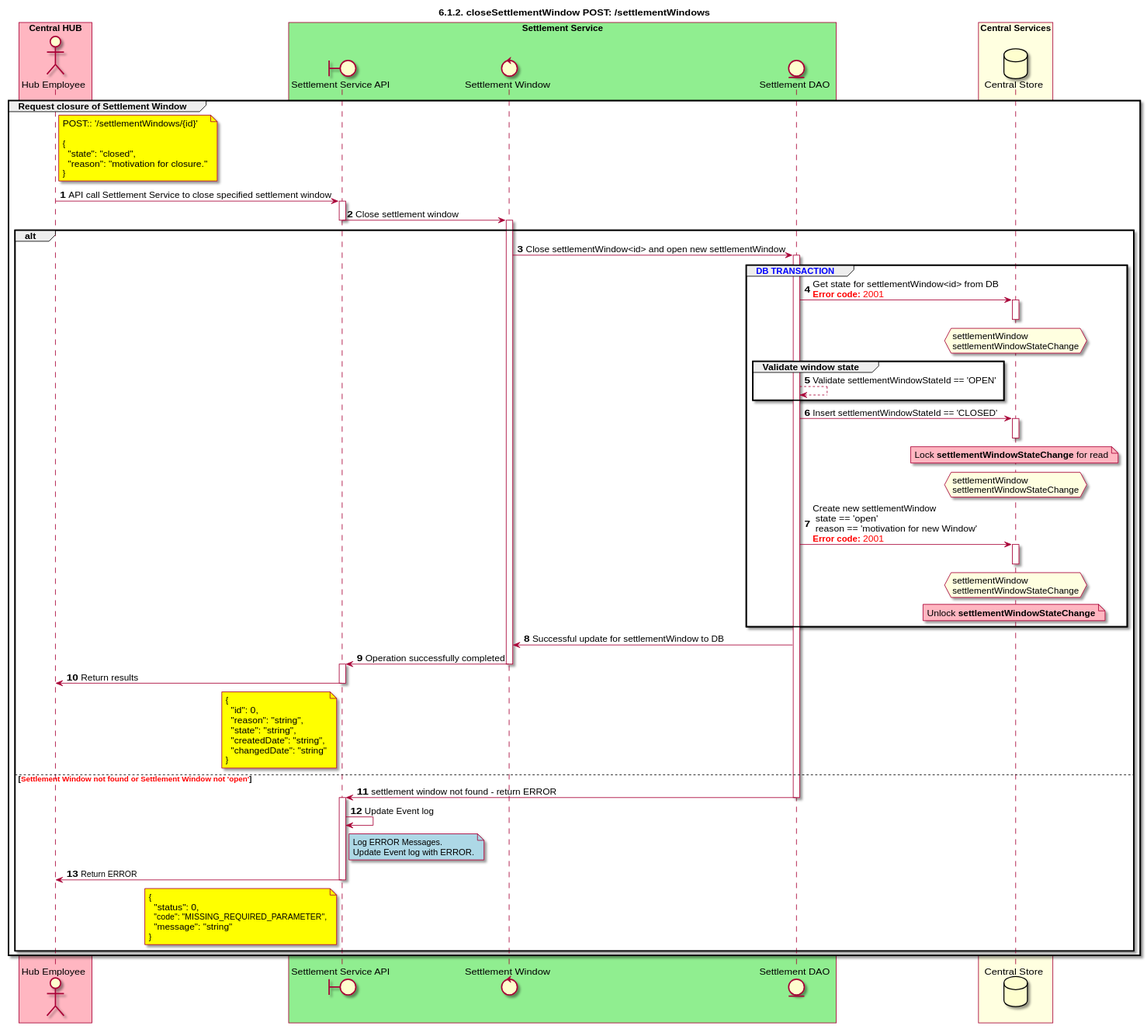
The PlantUML diagram CentralServices/seq_diagrams/seq-settleWindow-6.2.1.svg in HenkKodde/docs, before a commit. Source of this version:
```plantuml
@startuml
title 6.1.2. closeSettlementWindow POST: /settlementWindows

autonumber



actor "Hub Employee" as OPERATOR

boundary "Settlement Service API" as SSAPI
control "Settlement Window" as SETTLEWINDOW
entity "Settlement DAO" as SETTLE_DAO

database "Central Store" as DB

box "Central HUB" #LightPink
    participant OPERATOR
end box

box "Settlement Service" #LightGreen
    participant SSAPI
    participant SETTLEWINDOW
    participant SETTLE_DAO
end box

box "Central Services" #LightYellow
    participant DB
end box


group Request closure of Settlement Window
    note right of OPERATOR #Yellow
        POST:: '/settlementWindows/{id}'

        {
          "state": "closed",
          "reason": "motivation for closure."
        }
    end note
    OPERATOR -> SSAPI: API call Settlement Service to close specified settlement window
    activate SSAPI
    SSAPI -> SETTLEWINDOW: Close settlement window
    deactivate SSAPI
    activate SETTLEWINDOW
    alt
        SETTLEWINDOW -> SETTLE_DAO: Close settlementWindow<id> and open new settlementWindow
        activate SETTLE_DAO
        group <color #blue>DB TRANSACTION</color>
            SETTLE_DAO -> DB: Get state for settlementWindow<id> from DB \n<color #FF0000><b>Error code:</b> 2001</color>
            activate DB
            hnote over DB #LightYellow
                settlementWindow
                settlementWindowStateChange
            end hnote
            deactivate DB
            group Validate window state
                SETTLE_DAO <--> SETTLE_DAO: Validate settlementWindowStateId == 'OPEN'
            end
                SETTLE_DAO -> DB: Insert settlementWindowStateId == 'CLOSED'
                note over DB #Lightpink
                Lock **settlementWindowStateChange** for read
                end note
            activate DB
                hnote over DB #LightYellow
                settlementWindow
                settlementWindowStateChange
                end hnote
            deactivate DB

            SETTLE_DAO -> DB: Create new settlementWindow \n state == 'open'\n reason == 'motivation for new Window' \n<color #FF0000><b>Error code:</b> 2001</color>
            activate DB
                hnote over DB #LightYellow
                settlementWindow
                settlementWindowStateChange
                end hnote
            deactivate DB
                note over DB #Lightpink
                Unlock **settlementWindowStateChange**
                end note
        end
        SETTLEWINDOW <- SETTLE_DAO: Successful update for settlementWindow to DB
    SSAPI <- SETTLEWINDOW: Operation successfully completed
    deactivate SETTLEWINDOW
    activate SSAPI
    OPERATOR <- SSAPI: Return results
        note left of SSAPI #Yellow
        {
          "id": 0,
          "reason": "string",
          "state": "string",
          "createdDate": "string",
          "changedDate": "string"
        }
        end note
    deactivate SSAPI
    else <color #FF0000><b>Settlement Window not found or Settlement Window not 'open'</b></color>

    SETTLE_DAO -> SSAPI: settlement window not found - return ERROR
    deactivate SETTLE_DAO
    activate SSAPI
    SSAPI -> SSAPI: Update Event log
    note right of SSAPI #LightBlue
        Log ERROR Messages.
        Update Event log with ERROR.
    end note
    OPERATOR <- SSAPI: Return ERROR
    note left of SSAPI #Yellow
        {
          "status": 0,
          "code": "MISSING_REQUIRED_PARAMETER",
          "message": "string"
        }
    end note
    deactivate SSAPI
    end
end
@enduml
```
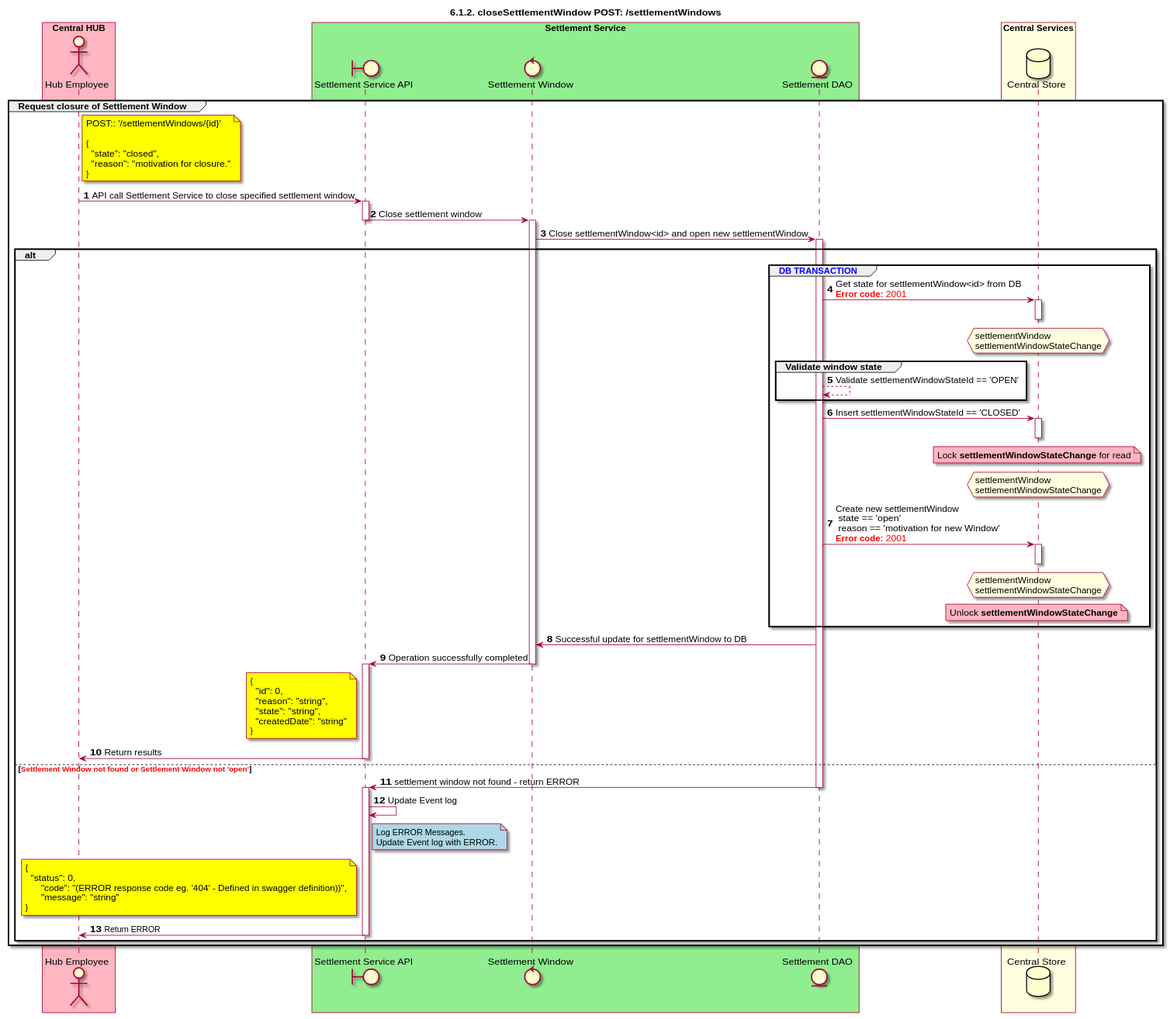
Later version of the same file.

Change to the diagram source:
```diff
@@ -2,7 +2,6 @@
 title 6.1.2. closeSettlementWindow POST: /settlementWindows
 
 autonumber
-
 
 
 actor "Hub Employee" as OPERATOR
@@ -42,8 +41,8 @@
     SSAPI -> SETTLEWINDOW: Close settlement window
     deactivate SSAPI
     activate SETTLEWINDOW
+        SETTLEWINDOW -> SETTLE_DAO: Close settlementWindow<id> and open new settlementWindow
     alt
-        SETTLEWINDOW -> SETTLE_DAO: Close settlementWindow<id> and open new settlementWindow
         activate SETTLE_DAO
         group <color #blue>DB TRANSACTION</color>
             SETTLE_DAO -> DB: Get state for settlementWindow<id> from DB \n<color #FF0000><b>Error code:</b> 2001</color>
@@ -82,16 +81,15 @@
     SSAPI <- SETTLEWINDOW: Operation successfully completed
     deactivate SETTLEWINDOW
     activate SSAPI
-    OPERATOR <- SSAPI: Return results
         note left of SSAPI #Yellow
         {
           "id": 0,
           "reason": "string",
           "state": "string",
-          "createdDate": "string",
-          "changedDate": "string"
+          "createdDate": "string"
         }
         end note
+    OPERATOR <- SSAPI: Return results
     deactivate SSAPI
     else <color #FF0000><b>Settlement Window not found or Settlement Window not 'open'</b></color>
 
@@ -103,14 +101,14 @@
         Log ERROR Messages.
         Update Event log with ERROR.
     end note
-    OPERATOR <- SSAPI: Return ERROR
     note left of SSAPI #Yellow
         {
           "status": 0,
-          "code": "MISSING_REQUIRED_PARAMETER",
-          "message": "string"
+              "code": "(ERROR response code eg. '404' - Defined in swagger definition))",
+              "message": "string"
         }
     end note
+    OPERATOR <- SSAPI: Return ERROR
     deactivate SSAPI
     end
 end
```
